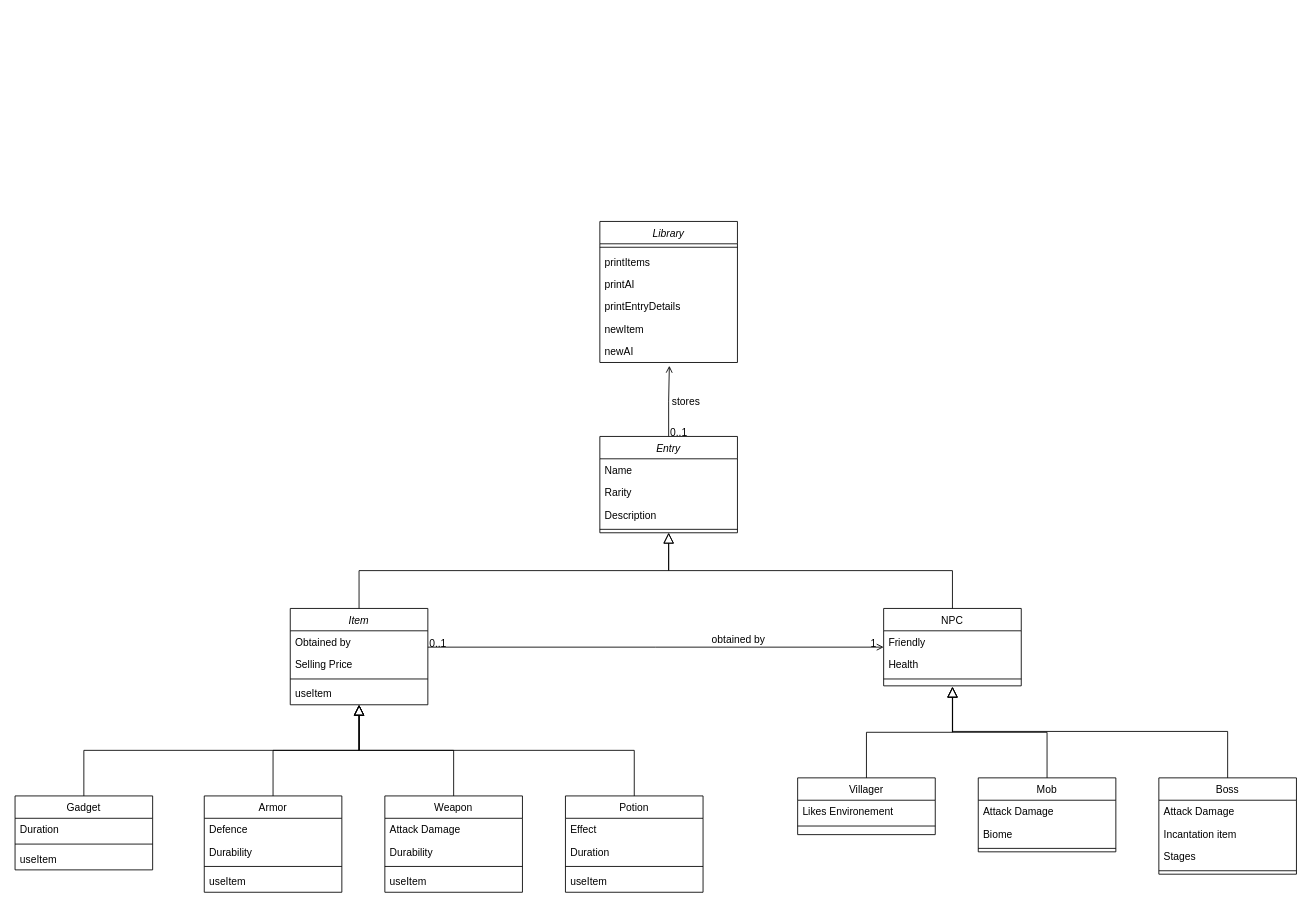
Before: module_320/src/M4/class_diagram.drawio in SchnyderKay/m_320, a draw.io diagram. Source tidied: cells renumbered, new cells numbered last; positions are measured from the earlier drawing's top-left corner, leaving out a move shared by most shapes. Both pictures are drawn from the tidied source at 86%, with x=0, y=0 at pixel (15, 221).
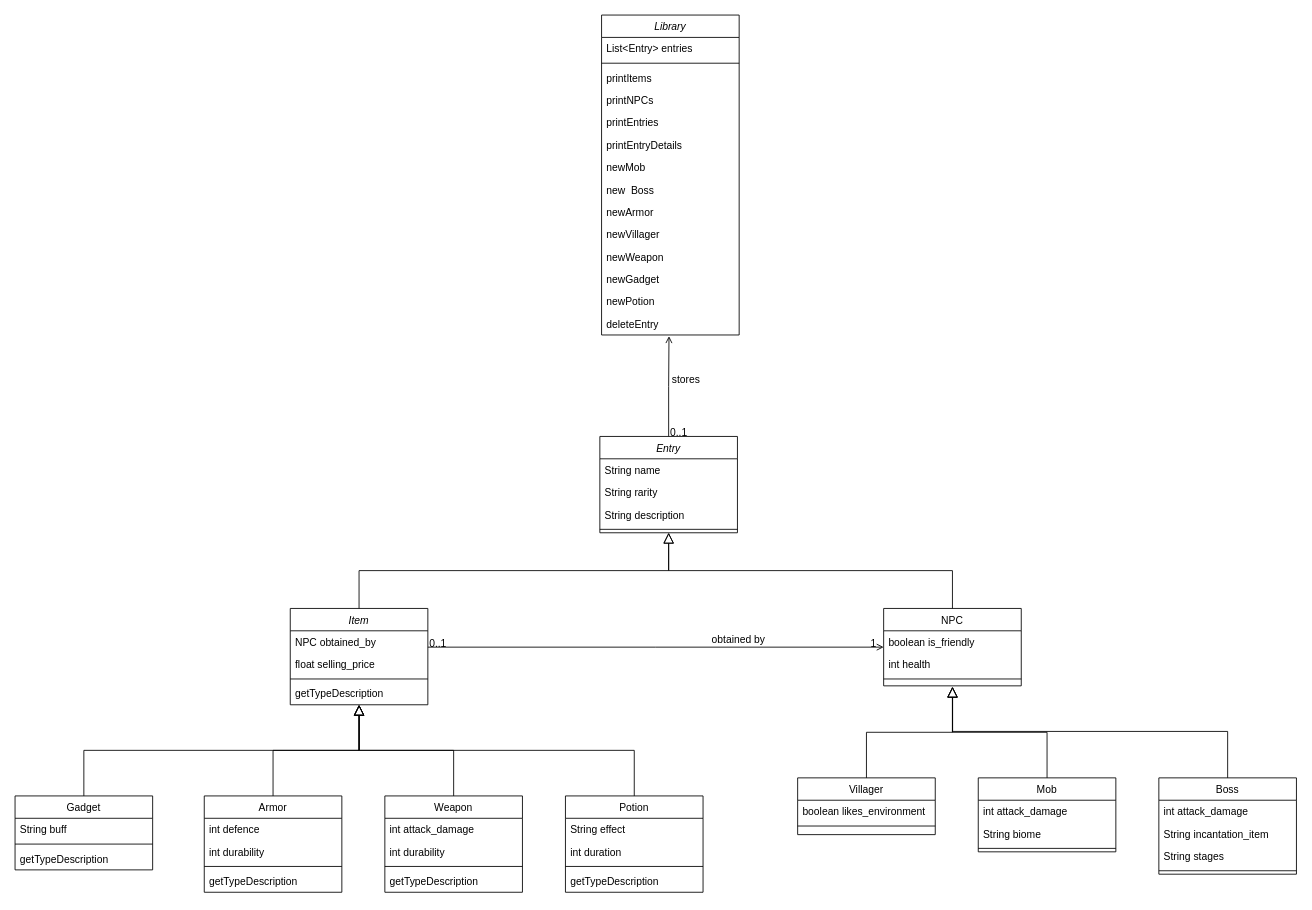
After the change.

The change refers to these unchanged cells:
```xml
<mxCell id="2" value="Item" style="swimlane;fontStyle=2;align=center;verticalAlign=top;horizontal=1;startSize=26;rounded=0;shadow=0;strokeWidth=1;" parent="1" vertex="1">
  <mxGeometry x="320" y="450" width="160" height="112" as="geometry" />
</mxCell>
<mxCell id="7" value="Armor" style="swimlane;fontStyle=0;align=center;verticalAlign=top;horizontal=1;startSize=26;rounded=0;shadow=0;strokeWidth=1;" parent="1" vertex="1">
  <mxGeometry x="220" y="668" width="160" height="112" as="geometry" />
</mxCell>
<mxCell id="13" value="Weapon" style="swimlane;fontStyle=0;align=center;verticalAlign=top;horizontal=1;startSize=26;rounded=0;shadow=0;strokeWidth=1;" parent="1" vertex="1">
  <mxGeometry x="430" y="668" width="160" height="112" as="geometry" />
</mxCell>
<mxCell id="19" value="NPC" style="swimlane;fontStyle=0;align=center;verticalAlign=top;horizontal=1;startSize=26;rounded=0;shadow=0;strokeWidth=1;" parent="1" vertex="1">
  <mxGeometry x="1010" y="450" width="160" height="90" as="geometry" />
</mxCell>
<mxCell id="27" value="Potion" style="swimlane;fontStyle=0;align=center;verticalAlign=top;horizontal=1;startSize=26;rounded=0;shadow=0;strokeWidth=1;" parent="1" vertex="1">
  <mxGeometry x="640" y="668" width="160" height="112" as="geometry" />
</mxCell>
<mxCell id="32" value="Gadget" style="swimlane;fontStyle=0;align=center;verticalAlign=top;horizontal=1;startSize=26;rounded=0;shadow=0;strokeWidth=1;" parent="1" vertex="1">
  <mxGeometry y="668" width="160" height="86" as="geometry" />
</mxCell>
<mxCell id="38" value="Villager" style="swimlane;fontStyle=0;align=center;verticalAlign=top;horizontal=1;startSize=26;rounded=0;shadow=0;strokeWidth=1;" parent="1" vertex="1">
  <mxGeometry x="910" y="647" width="160" height="66" as="geometry" />
</mxCell>
<mxCell id="42" value="Mob" style="swimlane;fontStyle=0;align=center;verticalAlign=top;horizontal=1;startSize=26;rounded=0;shadow=0;strokeWidth=1;" parent="1" vertex="1">
  <mxGeometry x="1120" y="647" width="160" height="86" as="geometry" />
</mxCell>
<mxCell id="47" value="Boss" style="swimlane;fontStyle=0;align=center;verticalAlign=top;horizontal=1;startSize=26;rounded=0;shadow=0;strokeWidth=1;" parent="1" vertex="1">
  <mxGeometry x="1330" y="647" width="160" height="112" as="geometry" />
</mxCell>
<mxCell id="63" value="Entry" style="swimlane;fontStyle=2;align=center;verticalAlign=top;horizontal=1;startSize=26;rounded=0;shadow=0;strokeWidth=1;" parent="1" vertex="1">
  <mxGeometry x="680" y="250" width="160" height="112" as="geometry" />
</mxCell>
```

What changed in the source:
```diff
@@
-    <mxCell id="3" value="Obtained by" style="text;align=left;verticalAlign=top;spacingLeft=4;spacingRight=4;overflow=hidden;rounded=0;shadow=0;html=0;" parent="2" vertex="1">
+    <mxCell id="3" value="NPC obtained_by" style="text;align=left;verticalAlign=top;spacingLeft=4;spacingRight=4;overflow=hidden;rounded=0;shadow=0;html=0;" parent="2" vertex="1">
       <mxGeometry y="26" width="160" height="26" as="geometry" />
     </mxCell>
-    <mxCell id="4" value="Selling Price" style="text;align=left;verticalAlign=top;spacingLeft=4;spacingRight=4;overflow=hidden;rounded=0;shadow=0;html=0;" parent="2" vertex="1">
+    <mxCell id="4" value="float selling_price" style="text;align=left;verticalAlign=top;spacingLeft=4;spacingRight=4;overflow=hidden;rounded=0;shadow=0;html=0;" parent="2" vertex="1">
       <mxGeometry y="52" width="160" height="26" as="geometry" />
     </mxCell>
@@
-    <mxCell id="6" value="useItem" style="text;align=left;verticalAlign=top;spacingLeft=4;spacingRight=4;overflow=hidden;rounded=0;shadow=0;html=0;" parent="2" vertex="1">
+    <mxCell id="6" value="getTypeDescription" style="text;align=left;verticalAlign=top;spacingLeft=4;spacingRight=4;overflow=hidden;rounded=0;shadow=0;html=0;" parent="2" vertex="1">
       <mxGeometry y="86" width="160" height="26" as="geometry" />
     </mxCell>
@@
-    <mxCell id="8" value="Defence" style="text;align=left;verticalAlign=top;spacingLeft=4;spacingRight=4;overflow=hidden;" parent="7" vertex="1">
+    <mxCell id="8" value="int defence" style="text;align=left;verticalAlign=top;spacingLeft=4;spacingRight=4;overflow=hidden;" parent="7" vertex="1">
       <mxGeometry y="26" width="160" height="26" as="geometry" />
     </mxCell>
-    <mxCell id="9" value="Durability" style="text;align=left;verticalAlign=top;spacingLeft=4;spacingRight=4;overflow=hidden;rounded=0;shadow=0;html=0;" parent="7" vertex="1">
+    <mxCell id="9" value="int durability" style="text;align=left;verticalAlign=top;spacingLeft=4;spacingRight=4;overflow=hidden;rounded=0;shadow=0;html=0;" parent="7" vertex="1">
       <mxGeometry y="52" width="160" height="26" as="geometry" />
     </mxCell>
@@
-    <mxCell id="11" value="useItem" style="text;align=left;verticalAlign=top;spacingLeft=4;spacingRight=4;overflow=hidden;rounded=0;shadow=0;html=0;" parent="7" vertex="1">
+    <mxCell id="11" value="getTypeDescription" style="text;align=left;verticalAlign=top;spacingLeft=4;spacingRight=4;overflow=hidden;rounded=0;shadow=0;html=0;" parent="7" vertex="1">
       <mxGeometry y="86" width="160" height="26" as="geometry" />
     </mxCell>
@@
-    <mxCell id="14" value="Attack Damage" style="text;align=left;verticalAlign=top;spacingLeft=4;spacingRight=4;overflow=hidden;" parent="13" vertex="1">
+    <mxCell id="14" value="int attack_damage" style="text;align=left;verticalAlign=top;spacingLeft=4;spacingRight=4;overflow=hidden;" parent="13" vertex="1">
       <mxGeometry y="26" width="160" height="26" as="geometry" />
     </mxCell>
-    <mxCell id="15" value="Durability" style="text;align=left;verticalAlign=top;spacingLeft=4;spacingRight=4;overflow=hidden;" parent="13" vertex="1">
+    <mxCell id="15" value="int durability" style="text;align=left;verticalAlign=top;spacingLeft=4;spacingRight=4;overflow=hidden;" parent="13" vertex="1">
       <mxGeometry y="52" width="160" height="26" as="geometry" />
     </mxCell>
@@
-    <mxCell id="17" value="useItem" style="text;align=left;verticalAlign=top;spacingLeft=4;spacingRight=4;overflow=hidden;rounded=0;shadow=0;html=0;" parent="13" vertex="1">
+    <mxCell id="17" value="getTypeDescription" style="text;align=left;verticalAlign=top;spacingLeft=4;spacingRight=4;overflow=hidden;rounded=0;shadow=0;html=0;" parent="13" vertex="1">
       <mxGeometry y="86" width="160" height="26" as="geometry" />
     </mxCell>
@@
-    <mxCell id="20" value="Friendly" style="text;align=left;verticalAlign=top;spacingLeft=4;spacingRight=4;overflow=hidden;rounded=0;shadow=0;html=0;" parent="19" vertex="1">
+    <mxCell id="20" value="boolean is_friendly" style="text;align=left;verticalAlign=top;spacingLeft=4;spacingRight=4;overflow=hidden;rounded=0;shadow=0;html=0;" parent="19" vertex="1">
       <mxGeometry y="26" width="160" height="26" as="geometry" />
     </mxCell>
-    <mxCell id="21" value="Health " style="text;align=left;verticalAlign=top;spacingLeft=4;spacingRight=4;overflow=hidden;rounded=0;shadow=0;html=0;" parent="19" vertex="1">
+    <mxCell id="21" value="int health" style="text;align=left;verticalAlign=top;spacingLeft=4;spacingRight=4;overflow=hidden;rounded=0;shadow=0;html=0;" parent="19" vertex="1">
       <mxGeometry y="52" width="160" height="26" as="geometry" />
     </mxCell>
@@
-    <mxCell id="28" value="Effect" style="text;align=left;verticalAlign=top;spacingLeft=4;spacingRight=4;overflow=hidden;" parent="27" vertex="1">
+    <mxCell id="28" value="String effect" style="text;align=left;verticalAlign=top;spacingLeft=4;spacingRight=4;overflow=hidden;" parent="27" vertex="1">
       <mxGeometry y="26" width="160" height="26" as="geometry" />
     </mxCell>
-    <mxCell id="29" value="Duration" style="text;align=left;verticalAlign=top;spacingLeft=4;spacingRight=4;overflow=hidden;" parent="27" vertex="1">
+    <mxCell id="29" value="int duration" style="text;align=left;verticalAlign=top;spacingLeft=4;spacingRight=4;overflow=hidden;" parent="27" vertex="1">
       <mxGeometry y="52" width="160" height="26" as="geometry" />
     </mxCell>
@@
-    <mxCell id="31" value="useItem" style="text;align=left;verticalAlign=top;spacingLeft=4;spacingRight=4;overflow=hidden;rounded=0;shadow=0;html=0;" parent="27" vertex="1">
+    <mxCell id="31" value="getTypeDescription" style="text;align=left;verticalAlign=top;spacingLeft=4;spacingRight=4;overflow=hidden;rounded=0;shadow=0;html=0;" parent="27" vertex="1">
       <mxGeometry y="86" width="160" height="26" as="geometry" />
     </mxCell>
@@
-    <mxCell id="33" value="Duration" style="text;align=left;verticalAlign=top;spacingLeft=4;spacingRight=4;overflow=hidden;" parent="32" vertex="1">
+    <mxCell id="33" value="String buff" style="text;align=left;verticalAlign=top;spacingLeft=4;spacingRight=4;overflow=hidden;" parent="32" vertex="1">
       <mxGeometry y="26" width="160" height="26" as="geometry" />
     </mxCell>
@@
-    <mxCell id="35" value="useItem" style="text;align=left;verticalAlign=top;spacingLeft=4;spacingRight=4;overflow=hidden;rounded=0;shadow=0;html=0;" parent="32" vertex="1">
+    <mxCell id="35" value="getTypeDescription" style="text;align=left;verticalAlign=top;spacingLeft=4;spacingRight=4;overflow=hidden;rounded=0;shadow=0;html=0;" parent="32" vertex="1">
       <mxGeometry y="60" width="160" height="26" as="geometry" />
     </mxCell>
@@
-    <mxCell id="39" value="Likes Environement" style="text;align=left;verticalAlign=top;spacingLeft=4;spacingRight=4;overflow=hidden;rounded=0;shadow=0;html=0;" parent="38" vertex="1">
+    <mxCell id="39" value="boolean likes_environment" style="text;align=left;verticalAlign=top;spacingLeft=4;spacingRight=4;overflow=hidden;rounded=0;shadow=0;html=0;" parent="38" vertex="1">
       <mxGeometry y="26" width="160" height="26" as="geometry" />
     </mxCell>
@@
-    <mxCell id="43" value="Attack Damage" style="text;align=left;verticalAlign=top;spacingLeft=4;spacingRight=4;overflow=hidden;" parent="42" vertex="1">
+    <mxCell id="43" value="int attack_damage" style="text;align=left;verticalAlign=top;spacingLeft=4;spacingRight=4;overflow=hidden;" parent="42" vertex="1">
       <mxGeometry y="26" width="160" height="26" as="geometry" />
     </mxCell>
-    <mxCell id="44" value="Biome" style="text;align=left;verticalAlign=top;spacingLeft=4;spacingRight=4;overflow=hidden;" parent="42" vertex="1">
+    <mxCell id="44" value="String biome" style="text;align=left;verticalAlign=top;spacingLeft=4;spacingRight=4;overflow=hidden;" parent="42" vertex="1">
       <mxGeometry y="52" width="160" height="26" as="geometry" />
     </mxCell>
@@
-    <mxCell id="48" value="Attack Damage" style="text;align=left;verticalAlign=top;spacingLeft=4;spacingRight=4;overflow=hidden;" parent="47" vertex="1">
+    <mxCell id="48" value="int attack_damage" style="text;align=left;verticalAlign=top;spacingLeft=4;spacingRight=4;overflow=hidden;" parent="47" vertex="1">
       <mxGeometry y="26" width="160" height="26" as="geometry" />
     </mxCell>
-    <mxCell id="49" value="Incantation item" style="text;align=left;verticalAlign=top;spacingLeft=4;spacingRight=4;overflow=hidden;" parent="47" vertex="1">
+    <mxCell id="49" value="String incantation_item" style="text;align=left;verticalAlign=top;spacingLeft=4;spacingRight=4;overflow=hidden;" parent="47" vertex="1">
       <mxGeometry y="52" width="160" height="26" as="geometry" />
     </mxCell>
-    <mxCell id="50" value="Stages" style="text;align=left;verticalAlign=top;spacingLeft=4;spacingRight=4;overflow=hidden;" parent="47" vertex="1">
+    <mxCell id="50" value="String stages" style="text;align=left;verticalAlign=top;spacingLeft=4;spacingRight=4;overflow=hidden;" parent="47" vertex="1">
       <mxGeometry y="78" width="160" height="26" as="geometry" />
     </mxCell>
@@
     <mxCell id="53" value="Library" style="swimlane;fontStyle=2;align=center;verticalAlign=top;horizontal=1;startSize=26;rounded=0;shadow=0;strokeWidth=1;" parent="1" vertex="1">
-      <mxGeometry x="680" width="160" height="164" as="geometry" />
+      <mxGeometry x="682" y="-240" width="160" height="372" as="geometry" />
     </mxCell>
+    <mxCell id="70" value="List&lt;Entry&gt; entries" style="text;align=left;verticalAlign=top;spacingLeft=4;spacingRight=4;overflow=hidden;rounded=0;shadow=0;html=0;" parent="53" vertex="1">
+      <mxGeometry y="26" width="160" height="26" as="geometry" />
+    </mxCell>
     <mxCell id="54" style="line;html=1;strokeWidth=1;align=left;verticalAlign=middle;spacingTop=-1;spacingLeft=3;spacingRight=3;labelPosition=right;" parent="53" vertex="1">
-      <mxGeometry y="26" width="160" height="8" as="geometry" />
+      <mxGeometry y="52" width="160" height="8" as="geometry" />
     </mxCell>
     <mxCell id="55" value="printItems" style="text;align=left;verticalAlign=top;spacingLeft=4;spacingRight=4;overflow=hidden;rounded=0;shadow=0;html=0;" parent="53" vertex="1">
-      <mxGeometry y="34" width="160" height="26" as="geometry" />
+      <mxGeometry y="60" width="160" height="26" as="geometry" />
     </mxCell>
-    <mxCell id="56" value="printAI" style="text;align=left;verticalAlign=top;spacingLeft=4;spacingRight=4;overflow=hidden;rounded=0;shadow=0;html=0;" parent="53" vertex="1">
-      <mxGeometry y="60" width="160" height="26" as="geometry" />
+    <mxCell id="56" value="printNPCs" style="text;align=left;verticalAlign=top;spacingLeft=4;spacingRight=4;overflow=hidden;rounded=0;shadow=0;html=0;" parent="53" vertex="1">
+      <mxGeometry y="86" width="160" height="26" as="geometry" />
     </mxCell>
+    <mxCell id="71" value="printEntries" style="text;align=left;verticalAlign=top;spacingLeft=4;spacingRight=4;overflow=hidden;rounded=0;shadow=0;html=0;" parent="53" vertex="1">
+      <mxGeometry y="112" width="160" height="26" as="geometry" />
+    </mxCell>
     <mxCell id="57" value="printEntryDetails" style="text;align=left;verticalAlign=top;spacingLeft=4;spacingRight=4;overflow=hidden;rounded=0;shadow=0;html=0;" parent="53" vertex="1">
-      <mxGeometry y="86" width="160" height="26" as="geometry" />
+      <mxGeometry y="138" width="160" height="26" as="geometry" />
     </mxCell>
+    <mxCell id="72" value="newMob" style="text;align=left;verticalAlign=top;spacingLeft=4;spacingRight=4;overflow=hidden;rounded=0;shadow=0;html=0;" parent="53" vertex="1">
+      <mxGeometry y="164" width="160" height="26" as="geometry" />
+    </mxCell>
+    <mxCell id="73" value="new  Boss" style="text;align=left;verticalAlign=top;spacingLeft=4;spacingRight=4;overflow=hidden;rounded=0;shadow=0;html=0;" parent="53" vertex="1">
+      <mxGeometry y="190" width="160" height="26" as="geometry" />
+    </mxCell>
+    <mxCell id="74" value="newArmor" style="text;align=left;verticalAlign=top;spacingLeft=4;spacingRight=4;overflow=hidden;rounded=0;shadow=0;html=0;" parent="53" vertex="1">
+      <mxGeometry y="216" width="160" height="26" as="geometry" />
+    </mxCell>
-    <mxCell id="58" value="newItem" style="text;align=left;verticalAlign=top;spacingLeft=4;spacingRight=4;overflow=hidden;rounded=0;shadow=0;html=0;" parent="53" vertex="1">
-      <mxGeometry y="112" width="160" height="26" as="geometry" />
+    <mxCell id="58" value="newVillager" style="text;align=left;verticalAlign=top;spacingLeft=4;spacingRight=4;overflow=hidden;rounded=0;shadow=0;html=0;" parent="53" vertex="1">
+      <mxGeometry y="242" width="160" height="26" as="geometry" />
     </mxCell>
-    <mxCell id="59" value="newAI" style="text;align=left;verticalAlign=top;spacingLeft=4;spacingRight=4;overflow=hidden;points=[[0,0.5],[1,0.5]];portConstraint=eastwest;rounded=0;shadow=0;html=0;" parent="53" vertex="1">
-      <mxGeometry y="138" width="160" height="26" as="geometry" />
+    <mxCell id="59" value="newWeapon" style="text;align=left;verticalAlign=top;spacingLeft=4;spacingRight=4;overflow=hidden;points=[[0,0.5],[1,0.5]];portConstraint=eastwest;rounded=0;shadow=0;html=0;" parent="53" vertex="1">
+      <mxGeometry y="268" width="160" height="26" as="geometry" />
     </mxCell>
+    <mxCell id="75" value="newGadget" style="text;align=left;verticalAlign=top;spacingLeft=4;spacingRight=4;overflow=hidden;rounded=0;shadow=0;html=0;" parent="53" vertex="1">
+      <mxGeometry y="294" width="160" height="26" as="geometry" />
+    </mxCell>
+    <mxCell id="76" value="newPotion" style="text;align=left;verticalAlign=top;spacingLeft=4;spacingRight=4;overflow=hidden;rounded=0;shadow=0;html=0;" parent="53" vertex="1">
+      <mxGeometry y="320" width="160" height="26" as="geometry" />
+    </mxCell>
+    <mxCell id="77" value="deleteEntry" style="text;align=left;verticalAlign=top;spacingLeft=4;spacingRight=4;overflow=hidden;points=[[0,0.5],[1,0.5]];portConstraint=eastwest;rounded=0;shadow=0;html=0;" parent="53" vertex="1">
+      <mxGeometry y="346" width="160" height="26" as="geometry" />
+    </mxCell>
-    <mxCell id="60" style="endArrow=open;shadow=0;strokeWidth=1;rounded=0;endFill=1;edgeStyle=elbowEdgeStyle;elbow=vertical;entryX=0.505;entryY=1.147;entryDx=0;entryDy=0;entryPerimeter=0;exitX=0.5;exitY=0;exitDx=0;exitDy=0;" parent="1" edge="1" source="63" target="59">
+    <mxCell id="60" style="endArrow=open;shadow=0;strokeWidth=1;rounded=0;endFill=1;edgeStyle=elbowEdgeStyle;elbow=vertical;exitX=0.5;exitY=0;exitDx=0;exitDy=0;entryX=0.49;entryY=1.051;entryDx=0;entryDy=0;entryPerimeter=0;" parent="1" edge="1" source="63" target="77">
       <mxGeometry x="0.5" y="41" relative="1" as="geometry">
         <mxPoint x="-40" y="32" as="offset" />
       </mxGeometry>
     </mxCell>
@@
-    <mxCell id="64" value="Name" style="text;align=left;verticalAlign=top;spacingLeft=4;spacingRight=4;overflow=hidden;" parent="63" vertex="1">
+    <mxCell id="64" value="String name" style="text;align=left;verticalAlign=top;spacingLeft=4;spacingRight=4;overflow=hidden;" parent="63" vertex="1">
       <mxGeometry y="26" width="160" height="26" as="geometry" />
     </mxCell>
-    <mxCell id="65" value="Rarity" style="text;align=left;verticalAlign=top;spacingLeft=4;spacingRight=4;overflow=hidden;rounded=0;shadow=0;html=0;" parent="63" vertex="1">
+    <mxCell id="65" value="String rarity" style="text;align=left;verticalAlign=top;spacingLeft=4;spacingRight=4;overflow=hidden;rounded=0;shadow=0;html=0;" parent="63" vertex="1">
       <mxGeometry y="52" width="160" height="26" as="geometry" />
     </mxCell>
-    <mxCell id="66" value="Description" style="text;align=left;verticalAlign=top;spacingLeft=4;spacingRight=4;overflow=hidden;rounded=0;shadow=0;html=0;" parent="63" vertex="1">
+    <mxCell id="66" value="String description" style="text;align=left;verticalAlign=top;spacingLeft=4;spacingRight=4;overflow=hidden;rounded=0;shadow=0;html=0;" parent="63" vertex="1">
       <mxGeometry y="78" width="160" height="26" as="geometry" />
     </mxCell>
```
